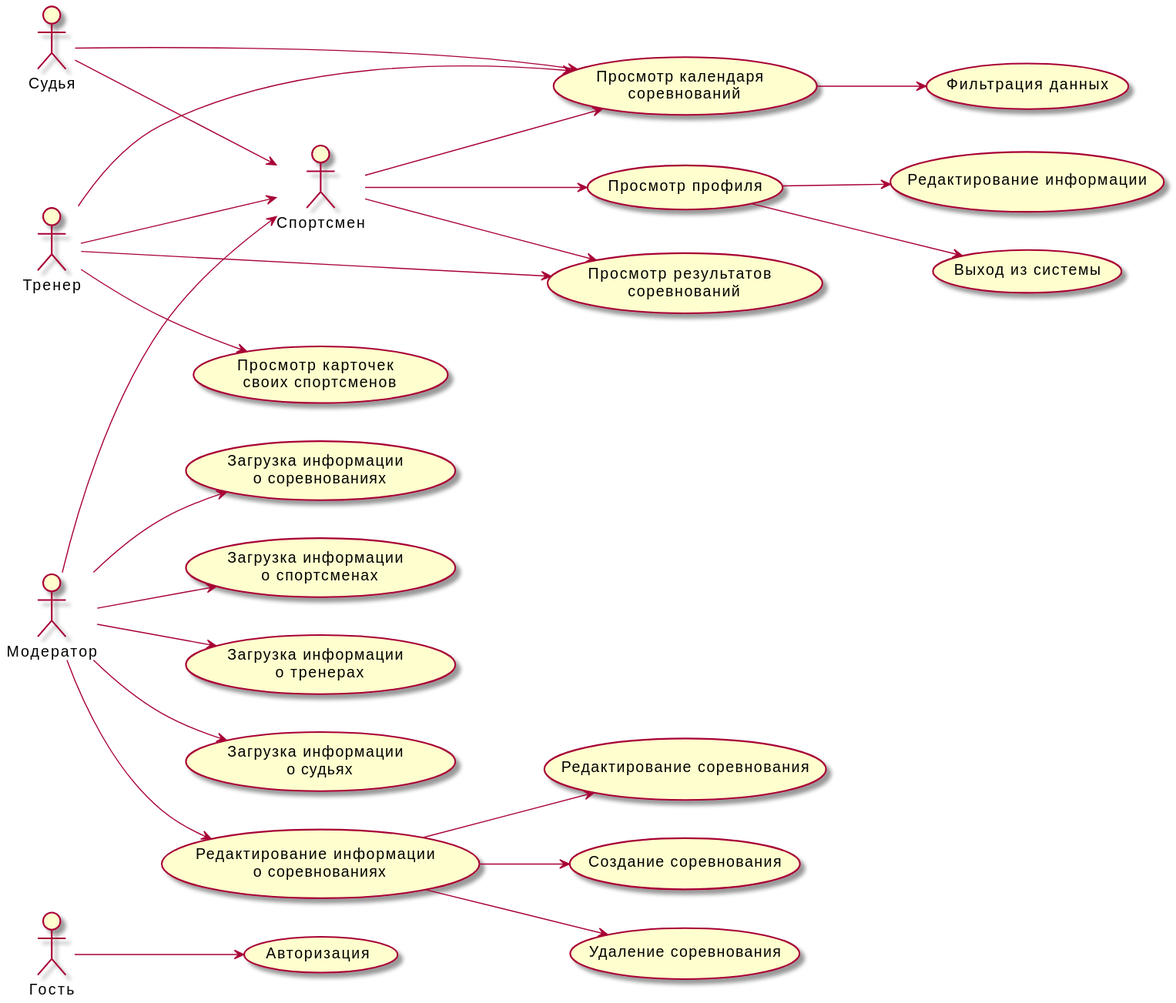
ArdentK/bmstu-6sem-ppo keeps this PlantUML diagram as docs/assets/usecase.svg. Above is the earlier version.
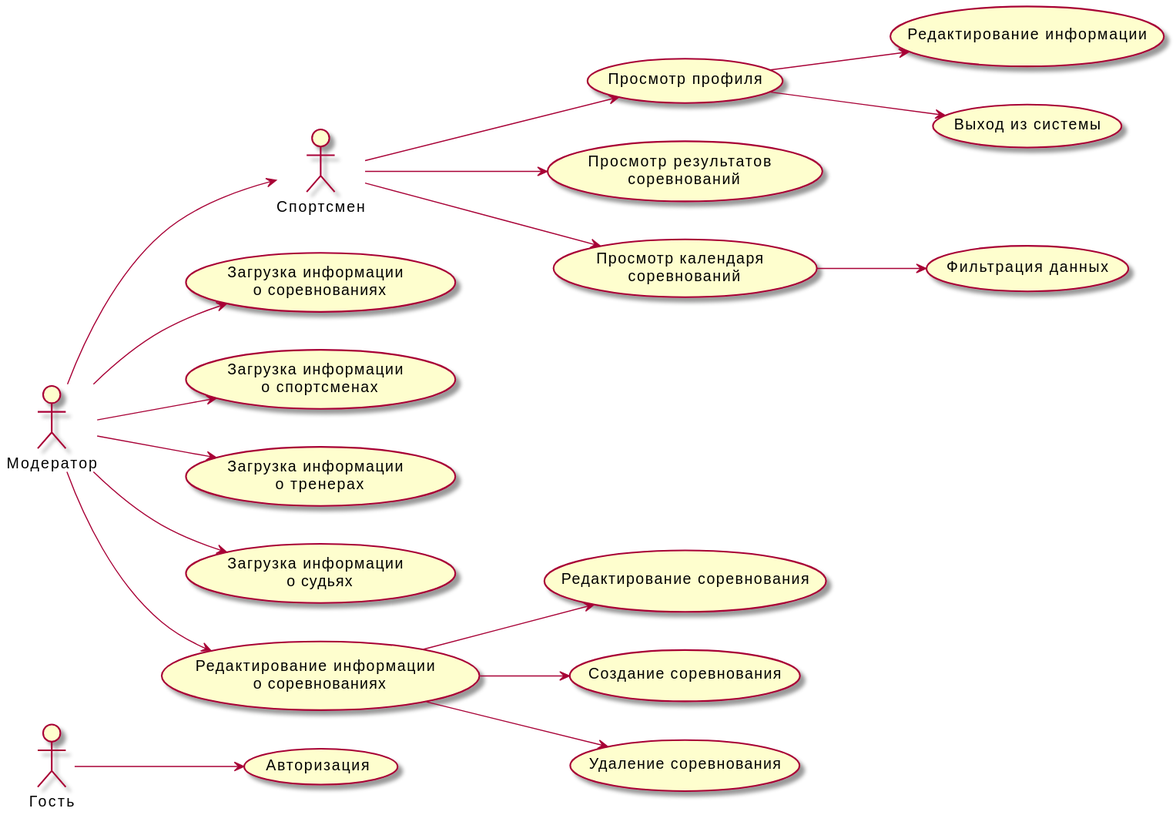
The same diagram one commit later.

Change to the diagram source:
```diff
@@ -13,13 +13,7 @@
 (Просмотр профиля) --> (Редактирование информации)
 (Просмотр профиля) --> (Выход из системы)
 
-:Тренер: --> :Спортсмен:
-:Тренер: --> (Просмотр карточек \n своих спортсменов)
-:Тренер: --> (Просмотр результатов \n соревнований)
-:Тренер: --> (Просмотр календаря \n соревнований)
 
-:Судья: --> :Спортсмен:
-:Судья: --> (Просмотр календаря \n соревнований)
 
 :Модератор: --> (Загрузка информации \n о соревнованиях)
 :Модератор: --> (Загрузка информации \n о спортсменах)
```
